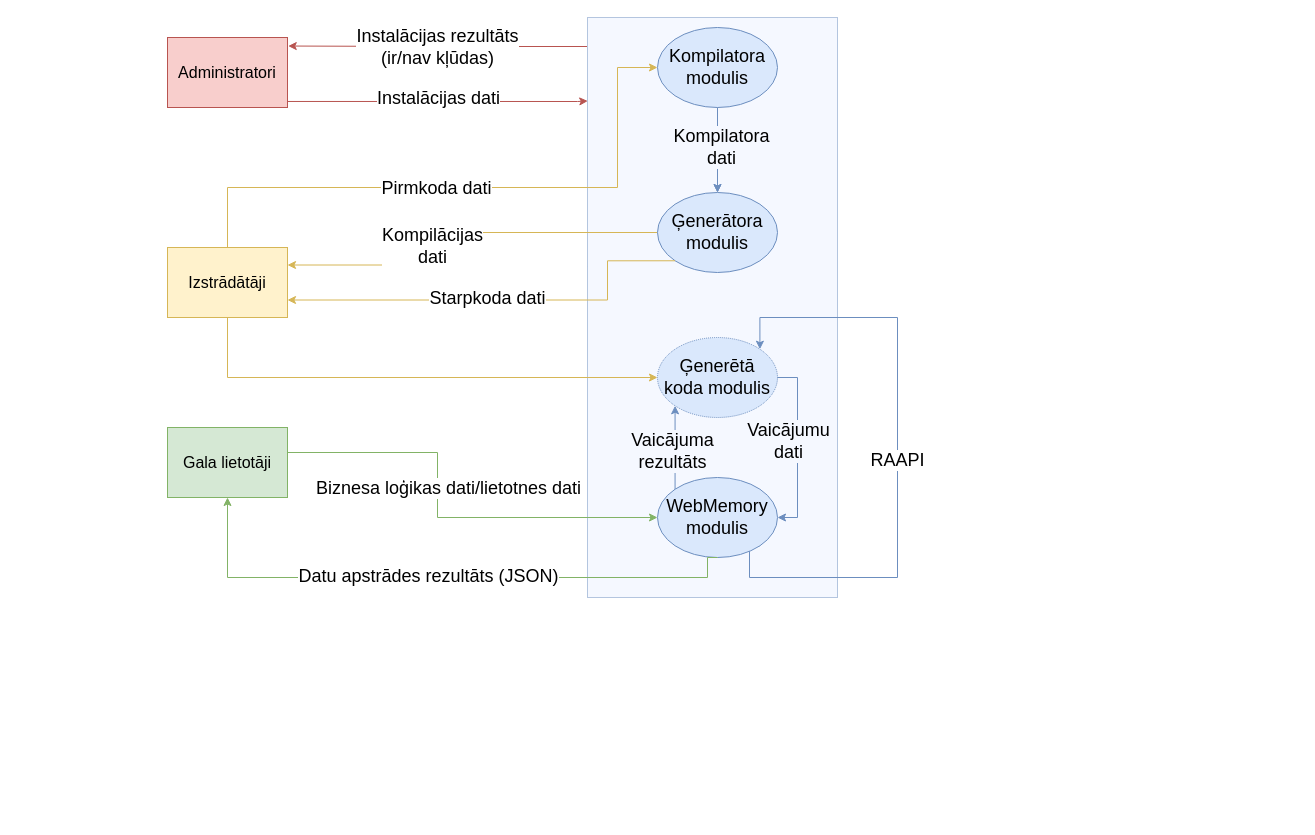
Above: page "DPD 1. level" (3 of 9) of src/Kvalifikacijas darbs/arhitektura.drawio in artiks12/webAppOS (draw.io), before the change. Source tidied: cells renumbered, new cells numbered last; positions are measured from the earlier drawing's top-left corner, leaving out a move shared by most shapes. Both pictures are drawn from the tidied source at 100%, with x=0, y=0 at pixel (167, 17).
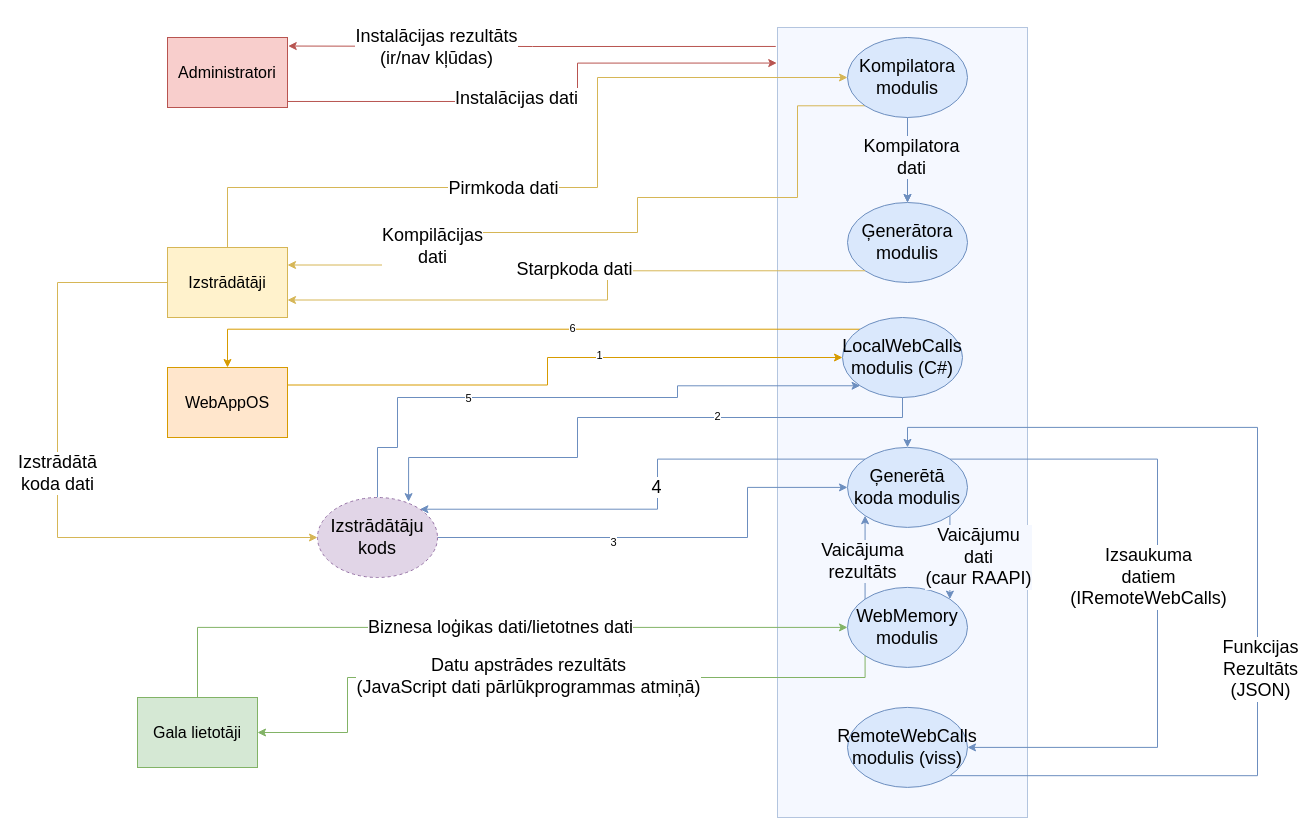
The same page after the edit.

The change refers to these unchanged cells:
```xml
<mxCell id="19" value="&lt;font size=&quot;3&quot;&gt;Izstrādātāji&lt;/font&gt;" style="rounded=0;whiteSpace=wrap;html=1;fillColor=#fff2cc;strokeColor=#d6b656;" parent="1" vertex="1">
  <mxGeometry y="230" width="120" height="70" as="geometry" />
</mxCell>
<mxCell id="22" value="&lt;font size=&quot;3&quot;&gt;Administratori&lt;br&gt;&lt;/font&gt;" style="rounded=0;whiteSpace=wrap;html=1;fillColor=#f8cecc;strokeColor=#b85450;" parent="1" vertex="1">
  <mxGeometry y="20" width="120" height="70" as="geometry" />
</mxCell>
```

Change to the diagram source:
```diff
@@
     <mxCell id="2" style="rounded=0;whiteSpace=wrap;html=1;dashed=1;dashPattern=1 1;fillColor=#F5F8FF;strokeColor=#6c8ebf;" parent="1" vertex="1">
-      <mxGeometry x="420" width="250" height="580" as="geometry" />
+      <mxGeometry x="610" y="10" width="250" height="790" as="geometry" />
     </mxCell>
-    <mxCell id="3" style="edgeStyle=orthogonalEdgeStyle;rounded=0;jettySize=auto;html=1;exitX=1;exitY=1;exitDx=0;exitDy=0;fillColor=#dae8fc;strokeColor=#6c8ebf;entryX=1;entryY=0;entryDx=0;entryDy=0;" parent="1" edge="1" source="9" target="28">
-      <mxGeometry relative="1" as="geometry">
-        <Array as="points">
-          <mxPoint x="582" y="528" />
-          <mxPoint x="582" y="560" />
-          <mxPoint x="730" y="560" />
-          <mxPoint x="730" y="300" />
-          <mxPoint x="592" y="300" />
-        </Array>
-      </mxGeometry>
-    </mxCell>
-    <mxCell id="4" value="&lt;span style=&quot;font-size: 18px&quot;&gt;RAAPI&lt;/span&gt;" style="edgeLabel;html=1;align=center;verticalAlign=middle;" parent="3" vertex="1">
-      <mxGeometry x="-0.11" y="1" relative="1" as="geometry">
-        <mxPoint y="-32" as="offset" />
-      </mxGeometry>
-    </mxCell>
-    <mxCell id="5" style="edgeStyle=orthogonalEdgeStyle;rounded=0;jettySize=auto;html=1;entryX=1;entryY=0.25;entryDx=0;entryDy=0;fillColor=#fff2cc;strokeColor=#d6b656;" parent="1" edge="1" source="6" target="19">
+    <mxCell id="5" style="edgeStyle=orthogonalEdgeStyle;rounded=0;jettySize=auto;html=1;entryX=1;entryY=0.25;entryDx=0;entryDy=0;fillColor=#fff2cc;strokeColor=#d6b656;exitX=0;exitY=1;exitDx=0;exitDy=0;" parent="1" edge="1" source="31" target="19">
       <mxGeometry relative="1" as="geometry">
         <Array as="points">
+          <mxPoint x="630" y="88" />
+          <mxPoint x="630" y="180" />
+          <mxPoint x="470" y="180" />
+          <mxPoint x="470" y="215" />
           <mxPoint x="260" y="215" />
-          <mxPoint x="260" y="248" />
+          <mxPoint x="260" y="247" />
         </Array>
       </mxGeometry>
     </mxCell>
     <mxCell id="6" value="&lt;font style=&quot;font-size: 18px&quot;&gt;Ģenerātora modulis&lt;/font&gt;" style="ellipse;whiteSpace=wrap;html=1;fillColor=#dae8fc;strokeColor=#6c8ebf;" parent="1" vertex="1">
-      <mxGeometry x="490" y="175" width="120" height="80" as="geometry" />
+      <mxGeometry x="680" y="185" width="120" height="80" as="geometry" />
     </mxCell>
@@
     <mxCell id="9" value="&lt;font style=&quot;font-size: 18px&quot;&gt;WebMemory modulis&lt;/font&gt;" style="ellipse;whiteSpace=wrap;html=1;fillColor=#dae8fc;strokeColor=#6c8ebf;" parent="1" vertex="1">
-      <mxGeometry x="490" y="460" width="120" height="80" as="geometry" />
+      <mxGeometry x="680" y="569.9" width="120" height="80" as="geometry" />
     </mxCell>
     <mxCell id="10" style="edgeStyle=orthogonalEdgeStyle;rounded=0;jettySize=auto;html=1;exitX=0;exitY=1;exitDx=0;exitDy=0;entryX=1;entryY=0.75;entryDx=0;entryDy=0;fillColor=#fff2cc;strokeColor=#d6b656;" parent="1" edge="1" source="6" target="19">
       <mxGeometry relative="1" as="geometry">
         <Array as="points">
-          <mxPoint x="440" y="243" />
+          <mxPoint x="440" y="253" />
           <mxPoint x="440" y="283" />
         </Array>
       </mxGeometry>
     </mxCell>
@@
-    <mxCell id="12" style="edgeStyle=orthogonalEdgeStyle;rounded=0;jettySize=auto;html=1;exitX=0.5;exitY=1;exitDx=0;exitDy=0;entryX=0.5;entryY=1;entryDx=0;entryDy=0;fillColor=#d5e8d4;strokeColor=#82b366;" parent="1" edge="1" source="9" target="25">
+    <mxCell id="12" style="edgeStyle=orthogonalEdgeStyle;rounded=0;jettySize=auto;html=1;exitX=0;exitY=1;exitDx=0;exitDy=0;entryX=1;entryY=0.5;entryDx=0;entryDy=0;fillColor=#d5e8d4;strokeColor=#82b366;" parent="1" edge="1" source="9" target="25">
       <mxGeometry relative="1" as="geometry">
         <Array as="points">
-          <mxPoint x="540" y="540" />
-          <mxPoint x="540" y="560" />
-          <mxPoint x="60" y="560" />
+          <mxPoint x="698" y="660" />
+          <mxPoint x="180" y="660" />
+          <mxPoint x="180" y="715" />
         </Array>
       </mxGeometry>
     </mxCell>
-    <mxCell id="13" value="&lt;font style=&quot;font-size: 18px&quot;&gt;Datu apstrādes rezultāts (JSON)&lt;/font&gt;" style="edgeLabel;html=1;align=center;verticalAlign=middle;" parent="12" vertex="1">
+    <mxCell id="13" value="&lt;font style=&quot;font-size: 18px&quot;&gt;Datu apstrādes rezultāts &lt;br&gt;(JavaScript dati pārlūkprogrammas atmiņā)&lt;/font&gt;" style="edgeLabel;html=1;align=center;verticalAlign=middle;" parent="12" vertex="1">
       <mxGeometry x="0.05" y="-2" relative="1" as="geometry" />
     </mxCell>
-    <mxCell id="14" style="edgeStyle=orthogonalEdgeStyle;rounded=0;jettySize=auto;html=1;fillColor=#f8cecc;strokeColor=#b85450;entryX=1.006;entryY=0.122;entryDx=0;entryDy=0;exitX=-0.002;exitY=0.05;exitDx=0;exitDy=0;exitPerimeter=0;entryPerimeter=0;" parent="1" edge="1" source="2" target="22">
+    <mxCell id="14" style="edgeStyle=orthogonalEdgeStyle;rounded=0;jettySize=auto;html=1;fillColor=#f8cecc;strokeColor=#b85450;entryX=1.006;entryY=0.122;entryDx=0;entryDy=0;exitX=-0.007;exitY=0.024;exitDx=0;exitDy=0;exitPerimeter=0;entryPerimeter=0;" parent="1" edge="1" source="2" target="22">
       <mxGeometry relative="1" as="geometry" />
     </mxCell>
     <mxCell id="15" value="&lt;font style=&quot;font-size: 18px&quot;&gt;Instalācijas rezultāts &lt;br&gt;(ir/nav kļūdas)&lt;/font&gt;" style="edgeLabel;html=1;align=center;verticalAlign=middle;" parent="14" vertex="1">
       <mxGeometry x="0.06" y="2" relative="1" as="geometry">
-        <mxPoint x="8" y="-1" as="offset" />
+        <mxPoint x="-81" y="-1" as="offset" />
       </mxGeometry>
     </mxCell>
     <mxCell id="16" style="edgeStyle=orthogonalEdgeStyle;rounded=0;jettySize=auto;html=1;entryX=0;entryY=0.5;entryDx=0;entryDy=0;exitX=0.5;exitY=0;exitDx=0;exitDy=0;fillColor=#fff2cc;strokeColor=#d6b656;" parent="1" edge="1" source="19" target="31">
       <mxGeometry relative="1" as="geometry">
         <Array as="points">
           <mxPoint x="60" y="170" />
-          <mxPoint x="450" y="170" />
-          <mxPoint x="450" y="50" />
+          <mxPoint x="430" y="170" />
+          <mxPoint x="430" y="60" />
         </Array>
       </mxGeometry>
     </mxCell>
@@
-    <mxCell id="18" style="edgeStyle=orthogonalEdgeStyle;rounded=0;jettySize=auto;html=1;entryX=0;entryY=0.5;entryDx=0;entryDy=0;exitX=0.5;exitY=1;exitDx=0;exitDy=0;fillColor=#fff2cc;strokeColor=#d6b656;" parent="1" edge="1" source="19" target="28">
-      <mxGeometry relative="1" as="geometry" />
-    </mxCell>
+    <mxCell id="34" style="edgeStyle=orthogonalEdgeStyle;rounded=0;jettySize=auto;html=1;entryX=0;entryY=0.5;entryDx=0;entryDy=0;fillColor=#fff2cc;strokeColor=#d6b656;exitX=0;exitY=0.5;exitDx=0;exitDy=0;" parent="1" edge="1" source="19" target="55">
+      <mxGeometry relative="1" as="geometry">
+        <Array as="points">
+          <mxPoint x="-110" y="265" />
+          <mxPoint x="-110" y="520" />
+        </Array>
+      </mxGeometry>
+    </mxCell>
+    <mxCell id="35" value="&lt;font style=&quot;font-size: 18px&quot;&gt;Izstrādātā &lt;br&gt;koda dati&lt;/font&gt;" style="edgeLabel;html=1;align=center;verticalAlign=middle;" parent="34" vertex="1">
+      <mxGeometry x="-0.04" y="-1" relative="1" as="geometry" />
+    </mxCell>
@@
-    <mxCell id="20" style="edgeStyle=orthogonalEdgeStyle;rounded=0;jettySize=auto;html=1;fillColor=#f8cecc;strokeColor=#b85450;exitX=1.001;exitY=0.914;exitDx=0;exitDy=0;exitPerimeter=0;entryX=0.001;entryY=0.144;entryDx=0;entryDy=0;entryPerimeter=0;" parent="1" edge="1" source="22" target="2">
+    <mxCell id="20" style="edgeStyle=orthogonalEdgeStyle;rounded=0;jettySize=auto;html=1;fillColor=#f8cecc;strokeColor=#b85450;exitX=1.001;exitY=0.914;exitDx=0;exitDy=0;exitPerimeter=0;entryX=-0.003;entryY=0.045;entryDx=0;entryDy=0;entryPerimeter=0;" parent="1" edge="1" source="22" target="2">
       <mxGeometry relative="1" as="geometry">
         <Array as="points">
           <mxPoint x="410" y="84" />
+          <mxPoint x="410" y="46" />
         </Array>
       </mxGeometry>
     </mxCell>
@@
     <mxCell id="23" style="edgeStyle=orthogonalEdgeStyle;rounded=0;jettySize=auto;html=1;entryX=0;entryY=0.5;entryDx=0;entryDy=0;fillColor=#d5e8d4;strokeColor=#82b366;" parent="1" edge="1" source="25" target="9">
       <mxGeometry relative="1" as="geometry">
         <Array as="points">
-          <mxPoint x="270" y="435" />
-          <mxPoint x="270" y="500" />
+          <mxPoint x="30" y="610" />
         </Array>
       </mxGeometry>
     </mxCell>
     <mxCell id="24" value="&lt;font style=&quot;font-size: 18px&quot;&gt;Biznesa loģikas dati/lietotnes dati&lt;/font&gt;" style="edgeLabel;html=1;align=center;verticalAlign=middle;" parent="23" vertex="1">
       <mxGeometry x="-0.22" y="1" relative="1" as="geometry">
-        <mxPoint x="9" y="15" as="offset" />
+        <mxPoint x="92" y="1" as="offset" />
       </mxGeometry>
     </mxCell>
     <mxCell id="25" value="&lt;font size=&quot;3&quot;&gt;Gala lietotāji&lt;/font&gt;" style="rounded=0;whiteSpace=wrap;html=1;fillColor=#d5e8d4;strokeColor=#82b366;" parent="1" vertex="1">
-      <mxGeometry y="410" width="120" height="70" as="geometry" />
+      <mxGeometry x="-30" y="680" width="120" height="70" as="geometry" />
     </mxCell>
-    <mxCell id="26" style="edgeStyle=orthogonalEdgeStyle;rounded=0;jettySize=auto;html=1;entryX=1;entryY=0.5;entryDx=0;entryDy=0;fillColor=#dae8fc;strokeColor=#6c8ebf;" parent="1" edge="1" target="9">
+    <mxCell id="26" style="edgeStyle=orthogonalEdgeStyle;rounded=0;jettySize=auto;html=1;entryX=1;entryY=0;entryDx=0;entryDy=0;fillColor=#dae8fc;strokeColor=#6c8ebf;exitX=1;exitY=1;exitDx=0;exitDy=0;" parent="1" edge="1" source="28" target="9">
       <mxGeometry relative="1" as="geometry">
-        <mxPoint x="610" y="360" as="sourcePoint" />
         <Array as="points">
-          <mxPoint x="630" y="360" />
-          <mxPoint x="630" y="500" />
+          <mxPoint x="782" y="529.9" />
+          <mxPoint x="782" y="529.9" />
         </Array>
       </mxGeometry>
     </mxCell>
-    <mxCell id="27" value="&lt;span style=&quot;font-size: 18px&quot;&gt;Vaicājumu &lt;br&gt;dati&lt;br&gt;&lt;/span&gt;" style="edgeLabel;html=1;align=center;verticalAlign=middle;labelBackgroundColor=#F5F8FF;" parent="26" vertex="1">
+    <mxCell id="27" value="&lt;span style=&quot;font-size: 18px&quot;&gt;Vaicājumu &lt;br&gt;dati &lt;br&gt;(caur RAAPI)&lt;br&gt;&lt;/span&gt;" style="edgeLabel;html=1;align=center;verticalAlign=middle;labelBackgroundColor=#F5F8FF;" parent="26" vertex="1">
       <mxGeometry x="-0.51" y="-2" relative="1" as="geometry">
-        <mxPoint x="-8" y="39" as="offset" />
+        <mxPoint x="30" y="21" as="offset" />
       </mxGeometry>
     </mxCell>
+    <mxCell id="36" style="edgeStyle=orthogonalEdgeStyle;rounded=0;jettySize=auto;html=1;exitX=1;exitY=0;exitDx=0;exitDy=0;entryX=1;entryY=0.5;entryDx=0;entryDy=0;fillColor=#dae8fc;strokeColor=#6c8ebf;" parent="1" edge="1" source="28" target="42">
+      <mxGeometry relative="1" as="geometry">
+        <Array as="points">
+          <mxPoint x="990" y="441.9" />
+          <mxPoint x="990" y="729.9" />
+        </Array>
+      </mxGeometry>
+    </mxCell>
+    <mxCell id="37" value="&lt;font style=&quot;font-size: 18px&quot;&gt;Izsaukuma &lt;br&gt;datiem&lt;br&gt;(IRemoteWebCalls)&lt;br&gt;&lt;/font&gt;" style="edgeLabel;html=1;align=center;verticalAlign=middle;" parent="36" vertex="1">
+      <mxGeometry x="-0.12" relative="1" as="geometry">
+        <mxPoint x="-10" y="23" as="offset" />
+      </mxGeometry>
+    </mxCell>
+    <mxCell id="38" style="edgeStyle=orthogonalEdgeStyle;rounded=0;jettySize=auto;html=1;exitX=0;exitY=0;exitDx=0;exitDy=0;entryX=1;entryY=0;entryDx=0;entryDy=0;fillColor=#dae8fc;strokeColor=#6c8ebf;" parent="1" edge="1" source="28" target="55">
+      <mxGeometry relative="1" as="geometry">
+        <Array as="points">
+          <mxPoint x="490" y="442" />
+          <mxPoint x="490" y="492" />
+        </Array>
+      </mxGeometry>
+    </mxCell>
+    <mxCell id="39" value="&lt;span style=&quot;font-size: 18px&quot;&gt;4&lt;/span&gt;" style="edgeLabel;html=1;align=center;verticalAlign=middle;" parent="38" vertex="1">
+      <mxGeometry x="0.23" y="-2" relative="1" as="geometry">
+        <mxPoint x="46" y="-20" as="offset" />
+      </mxGeometry>
+    </mxCell>
-    <mxCell id="28" value="&lt;span style=&quot;font-size: 18px&quot;&gt;Ģenerētā koda modulis&lt;/span&gt;" style="ellipse;whiteSpace=wrap;html=1;dashed=1;dashPattern=1 1;fillColor=#dae8fc;strokeColor=#6c8ebf;" parent="1" vertex="1">
-      <mxGeometry x="490" y="320" width="120" height="80" as="geometry" />
+    <mxCell id="28" value="&lt;span style=&quot;font-size: 18px&quot;&gt;Ģenerētā koda modulis&lt;/span&gt;" style="ellipse;whiteSpace=wrap;html=1;fillColor=#dae8fc;strokeColor=#6c8ebf;" parent="1" vertex="1">
+      <mxGeometry x="680" y="429.9" width="120" height="80" as="geometry" />
     </mxCell>
@@
     <mxCell id="31" value="&lt;font style=&quot;font-size: 18px&quot;&gt;Kompilatora modulis&lt;/font&gt;" style="ellipse;whiteSpace=wrap;html=1;fillColor=#dae8fc;strokeColor=#6c8ebf;" parent="1" vertex="1">
-      <mxGeometry x="490" y="10" width="120" height="80" as="geometry" />
+      <mxGeometry x="680" y="20" width="120" height="80" as="geometry" />
     </mxCell>
@@
     <mxCell id="33" value="&lt;span style=&quot;font-size: 18px&quot;&gt;Kompilatora &lt;br&gt;dati&lt;/span&gt;" style="edgeLabel;html=1;align=center;verticalAlign=middle;labelBackgroundColor=#F5F8FF;" parent="1" vertex="1">
-      <mxGeometry x="560" y="140" as="geometry">
+      <mxGeometry x="750" y="150" as="geometry">
         <mxPoint x="-7" y="-11" as="offset" />
       </mxGeometry>
     </mxCell>
+    <mxCell id="40" style="edgeStyle=orthogonalEdgeStyle;rounded=0;jettySize=auto;html=1;exitX=1;exitY=1;exitDx=0;exitDy=0;entryX=0.5;entryY=0;entryDx=0;entryDy=0;fillColor=#dae8fc;strokeColor=#6c8ebf;" parent="1" edge="1" source="42" target="28">
+      <mxGeometry relative="1" as="geometry">
+        <Array as="points">
+          <mxPoint x="1090" y="757.9" />
+          <mxPoint x="1090" y="409.9" />
+          <mxPoint x="740" y="409.9" />
+        </Array>
+      </mxGeometry>
+    </mxCell>
+    <mxCell id="41" value="&lt;font style=&quot;font-size: 18px&quot;&gt;Funkcijas&lt;br&gt;Rezultāts &lt;br&gt;(JSON)&lt;br&gt;&lt;/font&gt;" style="edgeLabel;html=1;align=center;verticalAlign=middle;" parent="40" vertex="1">
+      <mxGeometry x="-0.17" y="-2" relative="1" as="geometry">
+        <mxPoint y="12" as="offset" />
+      </mxGeometry>
+    </mxCell>
+    <mxCell id="42" value="&lt;font style=&quot;font-size: 18px&quot;&gt;RemoteWebCalls modulis (viss)&lt;/font&gt;" style="ellipse;whiteSpace=wrap;html=1;fillColor=#dae8fc;strokeColor=#6c8ebf;" parent="1" vertex="1">
+      <mxGeometry x="680" y="689.9" width="120" height="80" as="geometry" />
+    </mxCell>
+    <mxCell id="43" style="edgeStyle=orthogonalEdgeStyle;rounded=0;jettySize=auto;html=1;exitX=0.5;exitY=1;exitDx=0;exitDy=0;entryX=0.759;entryY=0.052;entryDx=0;entryDy=0;fillColor=#dae8fc;strokeColor=#6c8ebf;entryPerimeter=0;" parent="1" edge="1" source="47" target="55">
+      <mxGeometry relative="1" as="geometry">
+        <Array as="points">
+          <mxPoint x="735" y="400" />
+          <mxPoint x="410" y="400" />
+          <mxPoint x="410" y="440" />
+          <mxPoint x="241" y="440" />
+        </Array>
+      </mxGeometry>
+    </mxCell>
+    <mxCell id="44" value="2" style="edgeLabel;html=1;align=center;verticalAlign=middle;" parent="43" vertex="1">
+      <mxGeometry x="-0.31" y="-2" relative="1" as="geometry" />
+    </mxCell>
+    <mxCell id="45" style="edgeStyle=orthogonalEdgeStyle;rounded=0;jettySize=auto;html=1;exitX=0;exitY=0;exitDx=0;exitDy=0;entryX=0.5;entryY=0;entryDx=0;entryDy=0;fillColor=#ffe6cc;strokeColor=#d79b00;" parent="1" edge="1" source="47" target="50">
+      <mxGeometry relative="1" as="geometry" />
+    </mxCell>
+    <mxCell id="46" value="6" style="edgeLabel;html=1;align=center;verticalAlign=middle;" parent="45" vertex="1">
+      <mxGeometry x="-0.14" y="-1" relative="1" as="geometry" />
+    </mxCell>
+    <mxCell id="47" value="&lt;span style=&quot;font-size: 18px&quot;&gt;LocalWebCalls&lt;br&gt;modulis (C#)&lt;/span&gt;" style="ellipse;whiteSpace=wrap;html=1;fillColor=#dae8fc;strokeColor=#6c8ebf;" parent="1" vertex="1">
+      <mxGeometry x="675" y="300" width="120" height="80" as="geometry" />
+    </mxCell>
+    <mxCell id="48" style="edgeStyle=orthogonalEdgeStyle;rounded=0;jettySize=auto;html=1;entryX=0;entryY=0.5;entryDx=0;entryDy=0;fillColor=#ffe6cc;strokeColor=#d79b00;exitX=1;exitY=0.25;exitDx=0;exitDy=0;" parent="1" edge="1" source="50" target="47">
+      <mxGeometry relative="1" as="geometry">
+        <Array as="points">
+          <mxPoint x="380" y="367" />
+          <mxPoint x="380" y="340" />
+        </Array>
+      </mxGeometry>
+    </mxCell>
+    <mxCell id="49" value="1" style="edgeLabel;html=1;align=center;verticalAlign=middle;" parent="48" vertex="1">
+      <mxGeometry x="0.16" y="3" relative="1" as="geometry">
+        <mxPoint x="1" as="offset" />
+      </mxGeometry>
+    </mxCell>
+    <mxCell id="50" value="&lt;font style=&quot;font-size: 16px&quot;&gt;WebAppOS&lt;/font&gt;" style="rounded=0;whiteSpace=wrap;html=1;labelBackgroundColor=none;fillColor=#ffe6cc;strokeColor=#d79b00;" parent="1" vertex="1">
+      <mxGeometry y="350" width="120" height="70" as="geometry" />
+    </mxCell>
+    <mxCell id="51" style="edgeStyle=orthogonalEdgeStyle;rounded=0;jettySize=auto;html=1;entryX=0;entryY=0.5;entryDx=0;entryDy=0;fillColor=#dae8fc;strokeColor=#6c8ebf;" parent="1" edge="1" source="55" target="28">
+      <mxGeometry relative="1" as="geometry">
+        <Array as="points">
+          <mxPoint x="580" y="520" />
+          <mxPoint x="580" y="470" />
+        </Array>
+      </mxGeometry>
+    </mxCell>
+    <mxCell id="52" value="3" style="edgeLabel;html=1;align=center;verticalAlign=middle;" parent="51" vertex="1">
+      <mxGeometry x="-0.24" y="-4" relative="1" as="geometry" />
+    </mxCell>
+    <mxCell id="53" style="edgeStyle=orthogonalEdgeStyle;rounded=0;jettySize=auto;html=1;exitX=0.5;exitY=0;exitDx=0;exitDy=0;entryX=0;entryY=1;entryDx=0;entryDy=0;fillColor=#dae8fc;strokeColor=#6c8ebf;" parent="1" edge="1" source="55" target="47">
+      <mxGeometry relative="1" as="geometry">
+        <Array as="points">
+          <mxPoint x="210" y="430" />
+          <mxPoint x="230" y="430" />
+          <mxPoint x="230" y="380" />
+          <mxPoint x="510" y="380" />
+          <mxPoint x="510" y="368" />
+        </Array>
+      </mxGeometry>
+    </mxCell>
+    <mxCell id="54" value="5" style="edgeLabel;html=1;align=center;verticalAlign=middle;" parent="53" vertex="1">
+      <mxGeometry x="-0.36" relative="1" as="geometry" />
+    </mxCell>
+    <mxCell id="55" value="&lt;span style=&quot;font-size: 18px&quot;&gt;Izstrādātāju kods&lt;/span&gt;" style="ellipse;whiteSpace=wrap;html=1;fillColor=#e1d5e7;strokeColor=#9673a6;dashed=1;" parent="1" vertex="1">
+      <mxGeometry x="150" y="480" width="120" height="80" as="geometry" />
+    </mxCell>
```
